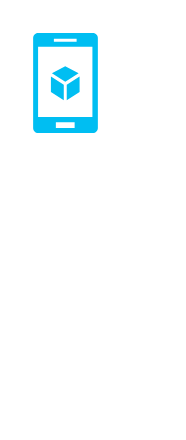
This is Untitled Diagram.drawio from haquochung/room-clip, a draw.io file, before an edit. Source tidied: cells renumbered, new cells numbered last; positions are measured from the earlier drawing's top-left corner, leaving out a move shared by most shapes. Both pictures are drawn from the tidied source at 200%, with x=0, y=0 at pixel (32, 32).
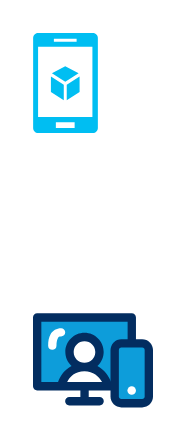
The same diagram, later.

Change to the diagram source:
```diff
@@
 <mxGraphModel>
   <root>
     <mxCell id="0" />
     <mxCell id="1" parent="0" />
     <mxCell id="2" style="verticalLabelPosition=bottom;html=1;verticalAlign=top;align=center;strokeColor=none;fillColor=#00BEF2;shape=mxgraph.azure.mobile_services;" parent="1" vertex="1">
       <mxGeometry width="32.5" height="50" as="geometry" />
     </mxCell>
+    <mxCell id="3" style="verticalLabelPosition=bottom;html=1;shape=mxgraph.salesforce.web;" parent="1" vertex="1">
+      <mxGeometry y="140" width="60" height="47.4" as="geometry" />
+    </mxCell>
   </root>
 </mxGraphModel>
```
